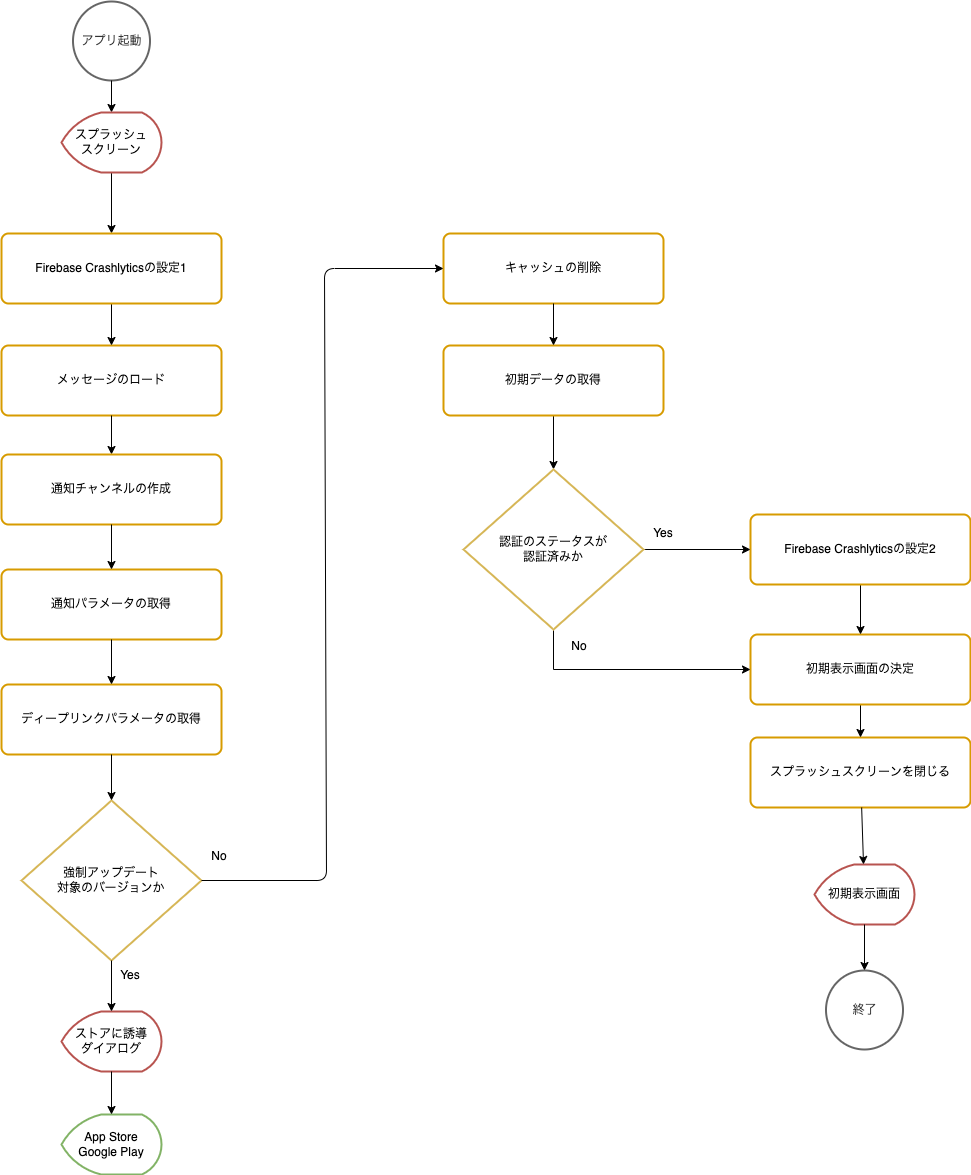
Earlier version of the draw.io export website/docs/react-native/santoku/application-architecture/life-cycle-management/initialization-flow.drawio.png (Fintan-contents/mobile-app-crib-notes). Source tidied: cells renumbered, new cells last; positions are measured from the earlier drawing's top-left corner, leaving out a move shared by most shapes.
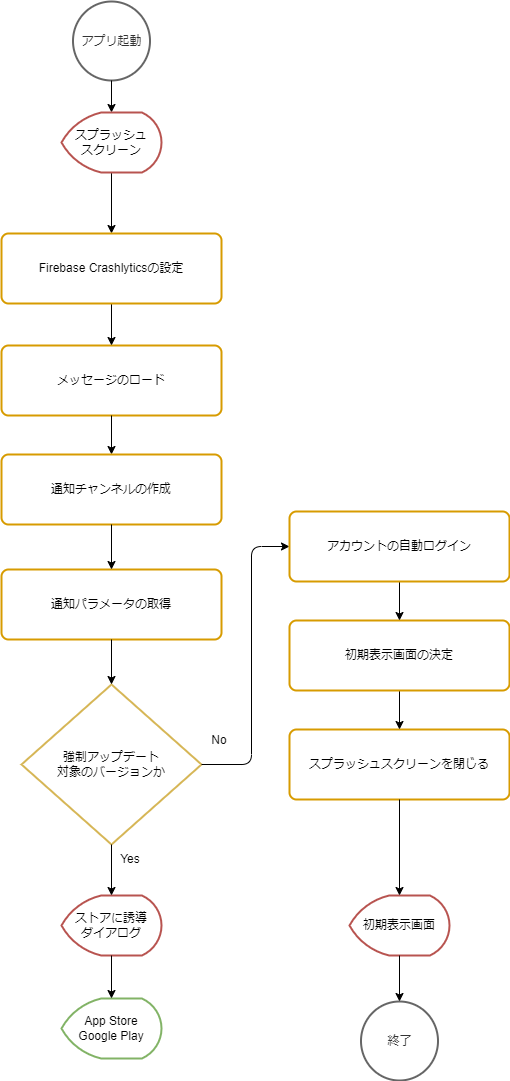
Above is the later version.

Commit message:
📝: refactor document initialization (#938)

## ✅ What's done

- [x] refactor document initialization

What changed in the source:
```diff
@@ -3,7 +3,7 @@
     <mxCell id="0" />
     <mxCell id="1" parent="0" />
     <mxCell id="2" value="強制アップデート&lt;br&gt;対象のバージョンか" style="strokeWidth=2;html=1;shape=mxgraph.flowchart.decision;whiteSpace=wrap;verticalAlign=middle;strokeColor=#d6b656;" parent="1" vertex="1">
-      <mxGeometry x="20" y="799" width="180" height="160" as="geometry" />
+      <mxGeometry x="20" y="683" width="180" height="160" as="geometry" />
     </mxCell>
     <mxCell id="3" value="アプリ起動" style="strokeWidth=2;html=1;shape=mxgraph.flowchart.start_2;whiteSpace=wrap;verticalAlign=middle;strokeColor=#666666;fontColor=#333333;" parent="1" vertex="1">
       <mxGeometry x="71.5" width="77" height="79" as="geometry" />
@@ -12,13 +12,13 @@
       <mxGeometry x="-604" y="21" as="geometry" />
     </mxCell>
     <mxCell id="5" value="App Store&lt;br&gt;Google Play" style="strokeWidth=2;html=1;shape=mxgraph.flowchart.display;whiteSpace=wrap;verticalAlign=middle;strokeColor=#82b366;" parent="1" vertex="1">
-      <mxGeometry x="60" y="1113" width="100" height="60" as="geometry" />
+      <mxGeometry x="60" y="997" width="100" height="60" as="geometry" />
     </mxCell>
     <mxCell id="6" value="Yes" style="text;html=1;strokeColor=none;fillColor=none;align=center;verticalAlign=middle;whiteSpace=wrap;rounded=0;" parent="1" vertex="1">
-      <mxGeometry x="108.5" y="964" width="40" height="20" as="geometry" />
+      <mxGeometry x="108.5" y="848" width="40" height="20" as="geometry" />
     </mxCell>
     <mxCell id="7" value="No" style="text;html=1;strokeColor=none;fillColor=none;align=center;verticalAlign=middle;whiteSpace=wrap;rounded=0;" parent="1" vertex="1">
-      <mxGeometry x="198" y="845" width="40" height="20" as="geometry" />
+      <mxGeometry x="198" y="729" width="40" height="20" as="geometry" />
     </mxCell>
     <mxCell id="8" style="edgeStyle=orthogonalEdgeStyle;rounded=0;jettySize=auto;html=1;" parent="1" edge="1" source="9" target="32">
       <mxGeometry relative="1" as="geometry" />
@@ -27,64 +27,40 @@
       <mxGeometry x="60" y="111" width="100" height="60" as="geometry" />
     </mxCell>
     <mxCell id="10" value="ストアに誘導&lt;br&gt;ダイアログ" style="strokeWidth=2;html=1;shape=mxgraph.flowchart.display;whiteSpace=wrap;verticalAlign=middle;strokeColor=#b85450;" parent="1" vertex="1">
-      <mxGeometry x="60" y="1010" width="100" height="60" as="geometry" />
+      <mxGeometry x="60" y="894" width="100" height="60" as="geometry" />
     </mxCell>
     <mxCell id="11" style="endArrow=classic;html=1;" parent="1" edge="1" source="10" target="5">
-      <mxGeometry x="-806" y="708" as="geometry" />
+      <mxGeometry x="-806" y="592" as="geometry" />
     </mxCell>
     <mxCell id="12" style="endArrow=classic;html=1;" parent="1" edge="1" source="2" target="10">
-      <mxGeometry x="-604" y="531.5" as="geometry" />
+      <mxGeometry x="-604" y="415.5" as="geometry" />
     </mxCell>
-    <mxCell id="13" style="edgeStyle=orthogonalEdgeStyle;rounded=0;jettySize=auto;html=1;" parent="1" edge="1" source="14" target="37">
-      <mxGeometry relative="1" as="geometry" />
-    </mxCell>
-    <mxCell id="14" value="初期データの取得" style="rounded=1;whiteSpace=wrap;html=1;absoluteArcSize=1;arcSize=14;strokeWidth=2;verticalAlign=middle;strokeColor=#d79b00;" parent="1" vertex="1">
-      <mxGeometry x="442" y="344" width="220" height="70" as="geometry" />
-    </mxCell>
     <mxCell id="15" value="スプラッシュスクリーンを閉じる" style="rounded=1;whiteSpace=wrap;html=1;absoluteArcSize=1;arcSize=14;strokeWidth=2;verticalAlign=middle;strokeColor=#d79b00;" parent="1" vertex="1">
-      <mxGeometry x="749" y="736" width="220" height="70" as="geometry" />
+      <mxGeometry x="288" y="728" width="220" height="70" as="geometry" />
     </mxCell>
-    <mxCell id="16" style="endArrow=classic;html=1;" parent="1" edge="1" source="19" target="15">
-      <mxGeometry x="155" y="-161" as="geometry" />
-    </mxCell>
     <mxCell id="17" value="初期表示画面" style="strokeWidth=2;html=1;shape=mxgraph.flowchart.display;whiteSpace=wrap;verticalAlign=middle;strokeColor=#b85450;" parent="1" vertex="1">
-      <mxGeometry x="813" y="863" width="100" height="60" as="geometry" />
+      <mxGeometry x="348" y="894" width="100" height="60" as="geometry" />
     </mxCell>
     <mxCell id="18" style="endArrow=classic;html=1;" parent="1" edge="1" source="15" target="17">
-      <mxGeometry x="155" y="-161" as="geometry" />
+      <mxGeometry x="-306" y="-169" as="geometry" />
     </mxCell>
-    <mxCell id="19" value="初期表示画面の決定" style="rounded=1;whiteSpace=wrap;html=1;absoluteArcSize=1;arcSize=14;strokeWidth=2;verticalAlign=middle;strokeColor=#d79b00;" parent="1" vertex="1">
-      <mxGeometry x="749" y="633" width="220" height="70" as="geometry" />
-    </mxCell>
     <mxCell id="20" value="終了" style="strokeWidth=2;html=1;shape=mxgraph.flowchart.start_2;whiteSpace=wrap;verticalAlign=middle;strokeColor=#666666;fontColor=#333333;" parent="1" vertex="1">
-      <mxGeometry x="824.5" y="969" width="77" height="79" as="geometry" />
+      <mxGeometry x="359.5" y="1000" width="77" height="79" as="geometry" />
     </mxCell>
     <mxCell id="21" style="endArrow=classic;html=1;entryX=0.5;entryY=0;entryDx=0;entryDy=0;entryPerimeter=0;exitX=0.5;exitY=1;exitDx=0;exitDy=0;exitPerimeter=0;" parent="1" edge="1" source="17" target="20">
-      <mxGeometry x="165" y="-151" as="geometry" />
+      <mxGeometry x="-300" y="-120" as="geometry" />
     </mxCell>
-    <mxCell id="22" value="キャッシュの削除" style="rounded=1;whiteSpace=wrap;html=1;absoluteArcSize=1;arcSize=14;strokeWidth=2;verticalAlign=middle;strokeColor=#d79b00;" parent="1" vertex="1">
-      <mxGeometry x="442" y="232" width="220" height="70" as="geometry" />
-    </mxCell>
     <mxCell id="23" value="通知パラメータの取得" style="rounded=1;whiteSpace=wrap;html=1;absoluteArcSize=1;arcSize=14;strokeWidth=2;verticalAlign=middle;strokeColor=#d79b00;" parent="1" vertex="1">
       <mxGeometry y="568" width="220" height="70" as="geometry" />
     </mxCell>
-    <mxCell id="24" value="ディープリンクパラメータの取得" style="rounded=1;whiteSpace=wrap;html=1;absoluteArcSize=1;arcSize=14;strokeWidth=2;verticalAlign=middle;strokeColor=#d79b00;" parent="1" vertex="1">
-      <mxGeometry y="683" width="220" height="70" as="geometry" />
-    </mxCell>
-    <mxCell id="25" style="endArrow=classic;html=1;entryX=0.5;entryY=0;entryDx=0;entryDy=0;exitX=0.5;exitY=1;exitDx=0;exitDy=0;" parent="1" edge="1" source="23" target="24">
+    <mxCell id="25" style="endArrow=classic;html=1;exitX=0.5;exitY=1;exitDx=0;exitDy=0;" parent="1" edge="1" source="23" target="2">
       <mxGeometry x="-594" y="173" as="geometry" />
     </mxCell>
-    <mxCell id="26" style="endArrow=classic;html=1;entryX=0.5;entryY=0;entryDx=0;entryDy=0;exitX=0.5;exitY=1;exitDx=0;exitDy=0;entryPerimeter=0;" parent="1" edge="1" source="24" target="2">
-      <mxGeometry x="-584" y="160" as="geometry" />
-    </mxCell>
-    <mxCell id="27" style="endArrow=classic;html=1;entryX=0.5;entryY=0;entryDx=0;entryDy=0;exitX=0.5;exitY=1;exitDx=0;exitDy=0;" parent="1" edge="1" source="22" target="14">
-      <mxGeometry x="-148" y="-172" as="geometry" />
-    </mxCell>
-    <mxCell id="28" style="endArrow=classic;html=1;entryX=0;entryY=0.5;entryDx=0;entryDy=0;exitX=1;exitY=0.5;exitDx=0;exitDy=0;exitPerimeter=0;" parent="1" edge="1" source="2" target="22">
-      <mxGeometry x="-594" y="315.5" as="geometry">
+    <mxCell id="28" style="endArrow=classic;html=1;entryX=0;entryY=0.5;entryDx=0;entryDy=0;exitX=1;exitY=0.5;exitDx=0;exitDy=0;exitPerimeter=0;" parent="1" edge="1" source="2" target="43">
+      <mxGeometry x="-594" y="199.5" as="geometry">
         <Array as="points">
-          <mxPoint x="325" y="879" />
-          <mxPoint x="323" y="267" />
+          <mxPoint x="250" y="763" />
+          <mxPoint x="250" y="545" />
         </Array>
       </mxGeometry>
     </mxCell>
@@ -97,39 +73,26 @@
     <mxCell id="31" style="edgeStyle=orthogonalEdgeStyle;rounded=0;jettySize=auto;html=1;" parent="1" edge="1" source="32" target="29">
       <mxGeometry relative="1" as="geometry" />
     </mxCell>
-    <mxCell id="32" value="Firebase Crashlyticsの設定1" style="rounded=1;whiteSpace=wrap;html=1;absoluteArcSize=1;arcSize=14;strokeWidth=2;verticalAlign=middle;strokeColor=#d79b00;" parent="1" vertex="1">
+    <mxCell id="32" value="Firebase Crashlyticsの設定" style="rounded=1;whiteSpace=wrap;html=1;absoluteArcSize=1;arcSize=14;strokeWidth=2;verticalAlign=middle;strokeColor=#d79b00;" parent="1" vertex="1">
       <mxGeometry y="232" width="220" height="70" as="geometry" />
     </mxCell>
-    <mxCell id="33" style="edgeStyle=orthogonalEdgeStyle;rounded=0;jettySize=auto;html=1;entryX=0.5;entryY=0;entryDx=0;entryDy=0;" parent="1" edge="1" source="34" target="19">
-      <mxGeometry relative="1" as="geometry" />
-    </mxCell>
-    <mxCell id="34" value="&lt;span&gt;Firebase Crashlyticsの設定2&lt;/span&gt;" style="rounded=1;whiteSpace=wrap;html=1;absoluteArcSize=1;arcSize=14;strokeWidth=2;verticalAlign=middle;strokeColor=#d79b00;" parent="1" vertex="1">
-      <mxGeometry x="749" y="513" width="220" height="70" as="geometry" />
-    </mxCell>
-    <mxCell id="35" style="edgeStyle=orthogonalEdgeStyle;rounded=0;jettySize=auto;html=1;" parent="1" edge="1" source="37" target="34">
-      <mxGeometry relative="1" as="geometry" />
-    </mxCell>
-    <mxCell id="36" style="edgeStyle=orthogonalEdgeStyle;rounded=0;jettySize=auto;html=1;startArrow=none;exitX=0.5;exitY=1;exitDx=0;exitDy=0;exitPerimeter=0;" parent="1" edge="1" source="37" target="19">
-      <mxGeometry relative="1" as="geometry">
-        <Array as="points">
-          <mxPoint x="552" y="668" />
-        </Array>
-      </mxGeometry>
-    </mxCell>
-    <mxCell id="37" value="認証のステータスが&lt;br&gt;認証済みか" style="strokeWidth=2;html=1;shape=mxgraph.flowchart.decision;whiteSpace=wrap;verticalAlign=middle;strokeColor=#d6b656;" parent="1" vertex="1">
-      <mxGeometry x="462" y="468" width="180" height="160" as="geometry" />
-    </mxCell>
-    <mxCell id="38" value="No" style="text;html=1;strokeColor=none;fillColor=none;align=center;verticalAlign=middle;whiteSpace=wrap;rounded=0;" parent="1" vertex="1">
-      <mxGeometry x="558" y="635" width="40" height="20" as="geometry" />
-    </mxCell>
-    <mxCell id="39" value="Yes" style="text;html=1;strokeColor=none;fillColor=none;align=center;verticalAlign=middle;whiteSpace=wrap;rounded=0;" parent="1" vertex="1">
-      <mxGeometry x="642" y="522" width="40" height="20" as="geometry" />
-    </mxCell>
     <mxCell id="40" value="通知チャンネルの作成" style="rounded=1;whiteSpace=wrap;html=1;absoluteArcSize=1;arcSize=14;strokeWidth=2;verticalAlign=middle;strokeColor=#d79b00;" parent="1" vertex="1">
       <mxGeometry y="453" width="220" height="70" as="geometry" />
     </mxCell>
     <mxCell id="41" style="endArrow=classic;html=1;" parent="1" edge="1" source="40" target="23">
       <mxGeometry x="-584" y="64" as="geometry" />
     </mxCell>
+    <mxCell id="16" style="edgeStyle=orthogonalEdgeStyle;rounded=0;jettySize=auto;html=1;entryX=0.5;entryY=0;entryDx=0;entryDy=0;" parent="1" edge="1" source="19" target="15">
+      <mxGeometry relative="1" as="geometry" />
+    </mxCell>
+    <mxCell id="19" value="初期表示画面の決定" style="rounded=1;whiteSpace=wrap;html=1;absoluteArcSize=1;arcSize=14;strokeWidth=2;verticalAlign=middle;strokeColor=#d79b00;" parent="1" vertex="1">
+      <mxGeometry x="288" y="619" width="220" height="70" as="geometry" />
+    </mxCell>
+    <mxCell id="42" style="edgeStyle=orthogonalEdgeStyle;rounded=0;jettySize=auto;html=1;" parent="1" edge="1" source="43" target="19">
+      <mxGeometry relative="1" as="geometry" />
+    </mxCell>
+    <mxCell id="43" value="アカウントの自動ログイン" style="rounded=1;whiteSpace=wrap;html=1;absoluteArcSize=1;arcSize=14;strokeWidth=2;verticalAlign=middle;strokeColor=#d79b00;" parent="1" vertex="1">
+      <mxGeometry x="288" y="510" width="220" height="70" as="geometry" />
+    </mxCell>
   </root>
 </mxGraphModel>
```
